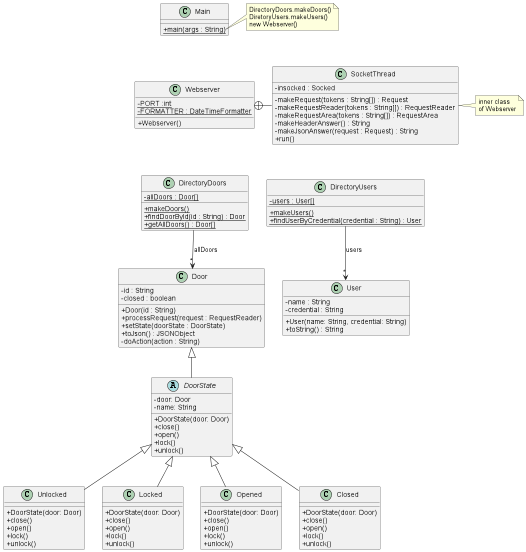
laiapns/Practica-DS keeps this PlantUML diagram as src/baseNoStates/uml/base_no_states.png. Above is the earlier version.
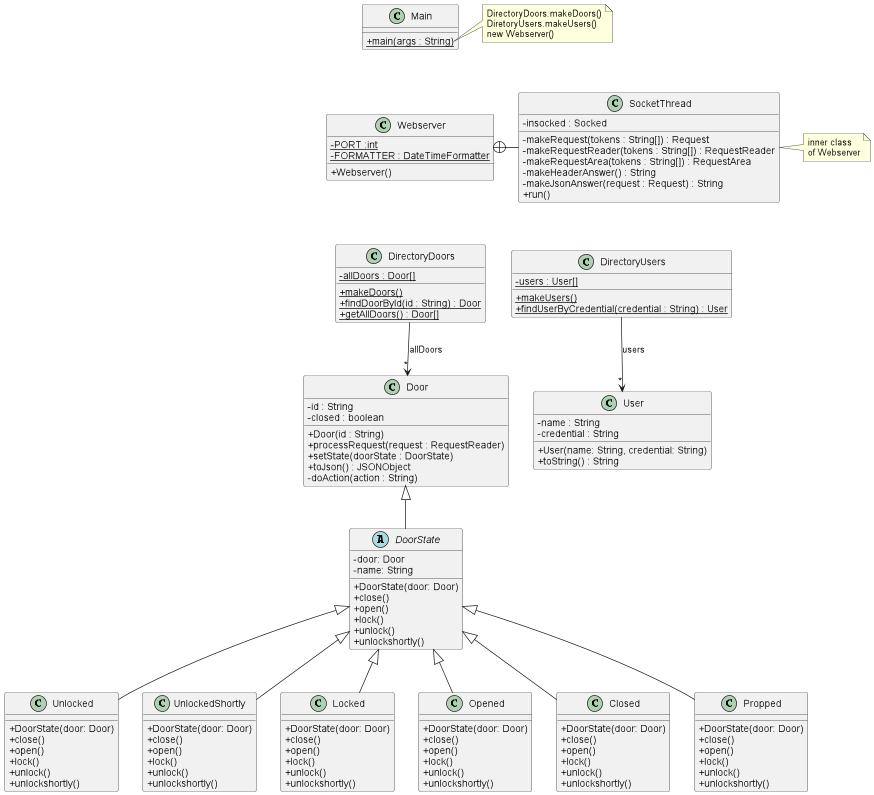
The same file after the commit.

Commit message:
estats enllestits menys UnlockedShortly

What changed in the source:
```diff
@@ -59,6 +59,7 @@
 + open()
 + lock()
 + unlock()
++ unlockshortly()
 }
 
 class Unlocked extends DoorState{
@@ -67,14 +68,23 @@
 + open()
 + lock()
 + unlock()
++ unlockshortly()
 }
-
+class UnlockedShortly extends DoorState{
++ DoorState(door: Door)
++ close()
++ open()
++ lock()
++ unlock()
++ unlockshortly()
+}
 class Locked extends DoorState{
 + DoorState(door: Door)
 + close()
 + open()
 + lock()
 + unlock()
++ unlockshortly()
 }
 class Opened extends DoorState{
 + DoorState(door: Door)
@@ -82,6 +92,7 @@
 + open()
 + lock()
 + unlock()
++ unlockshortly()
 }
 class Closed extends DoorState{
 + DoorState(door: Door)
@@ -89,6 +100,15 @@
 + open()
 + lock()
 + unlock()
++ unlockshortly()
+}
+class Propped extends DoorState{
++ DoorState(door: Door)
++ close()
++ open()
++ lock()
++ unlock()
++ unlockshortly()
 }
 
 class User {
```
